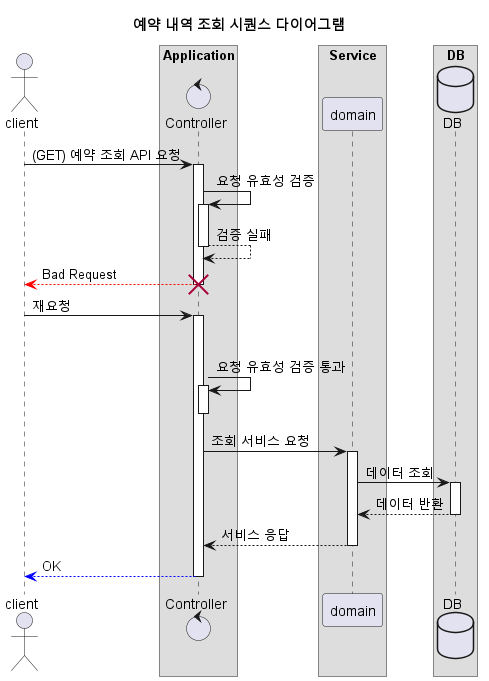
Before: docs/sequencediagram/booking/booking_search_sequence_diagram.png, a diagram exported from PlantUML (johnowlee/concert-booking).
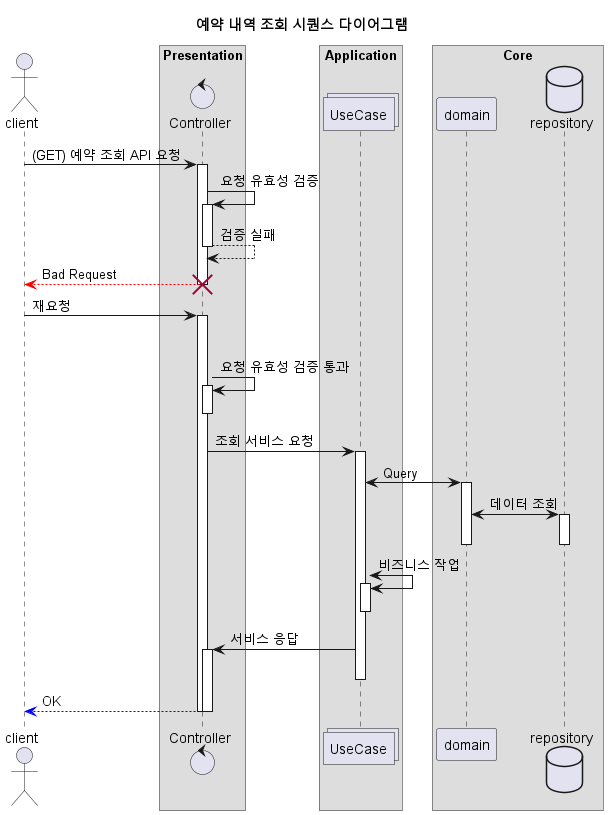
After the change.

The edit, as a diff of the source:
```diff
@@ -6,37 +6,47 @@
 
 actor client as client
 
-box "Application"
-control Controller as controller
+box "Presentation"
+control Controller as presentation
 end box
 
-box "Service"
-participant domain as domain
+box "Application"
+collections UseCase as application
 end box
 
-box "DB"
-database DB as db
+box "Core"
+participant domain as domain
+database repository as db
 end box
 
-client -> controller : (GET) 예약 조회 API 요청
+client -> presentation : (GET) 예약 조회 API 요청
 
-controller -> controller : 요청 유효성 검증
-controller --> controller : 검증 실패
+presentation -> presentation : 요청 유효성 검증
+presentation --> presentation : 검증 실패
 
-controller --[#red]> client : Bad Request
-destroy controller
-deactivate controller
+presentation --[#red]> client : Bad Request
+destroy presentation
+deactivate presentation
 
-client -> controller : 재요청
+client -> presentation : 재요청
 deactivate client
 
-controller -> controller : 요청 유효성 검증 통과
-deactivate controller
+presentation -> presentation : 요청 유효성 검증 통과
+deactivate presentation
 
-controller -> domain : 조회 서비스 요청
-domain -> db : 데이터 조회
-db --> domain : 데이터 반환
-domain --> controller : 서비스 응답
-controller --[#blue]> client : OK
+presentation -> application : 조회 서비스 요청
+
+application <-> domain : Query
+domain <-> db : 데이터 조회
+deactivate db
+deactivate domain
+
+application <-> application : 비즈니스 작업
+deactivate application
+
+application -> presentation : 서비스 응답
+deactivate application
+
+presentation --[#blue]> client : OK
 
 @enduml
```
